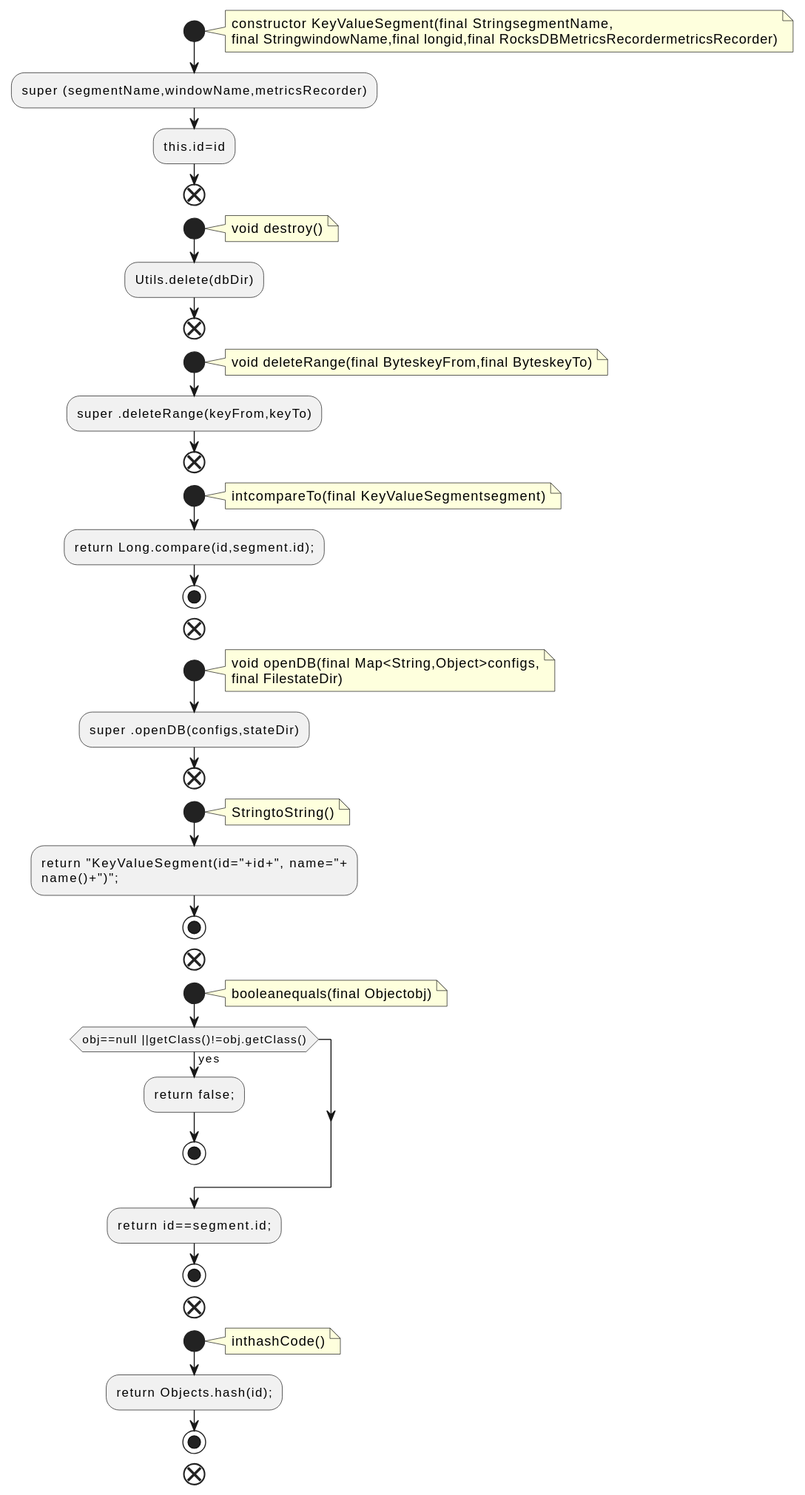
Earlier version of the PlantUML export docs/qc/streams/src/main/java/org/apache/kafka/streams/state/internals/KeyValueSegment.java.fct.svg (qualitesys/kafka).
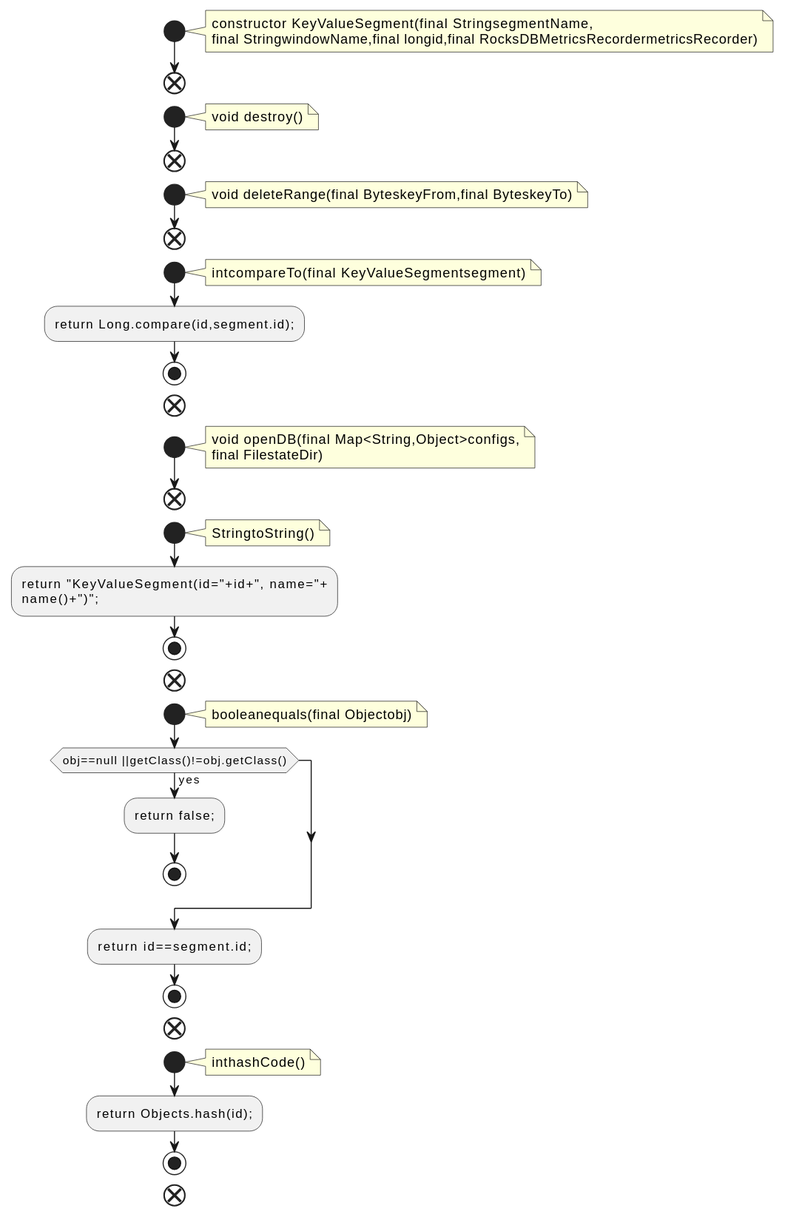
After the change.

Change to the diagram source:
```diff
@@ -5,20 +5,16 @@
 constructor KeyValueSegment(final StringsegmentName,
 final StringwindowName,final longid,final RocksDBMetricsRecordermetricsRecorder)
 end note
-:super (segmentName,windowName,metricsRecorder);
-:this.id=id;
 end
 start
 note right
 void destroy()
 end note
-:Utils.delete(dbDir);
 end
 start
 note right
 void deleteRange(final ByteskeyFrom,final ByteskeyTo)
 end note
-:super .deleteRange(keyFrom,keyTo);
 end
 start
 note right
@@ -32,7 +28,6 @@
 void openDB(final Map<String,Object>configs,
 final FilestateDir)
 end note
-:super .openDB(configs,stateDir);
 end
 start
 note right
```
